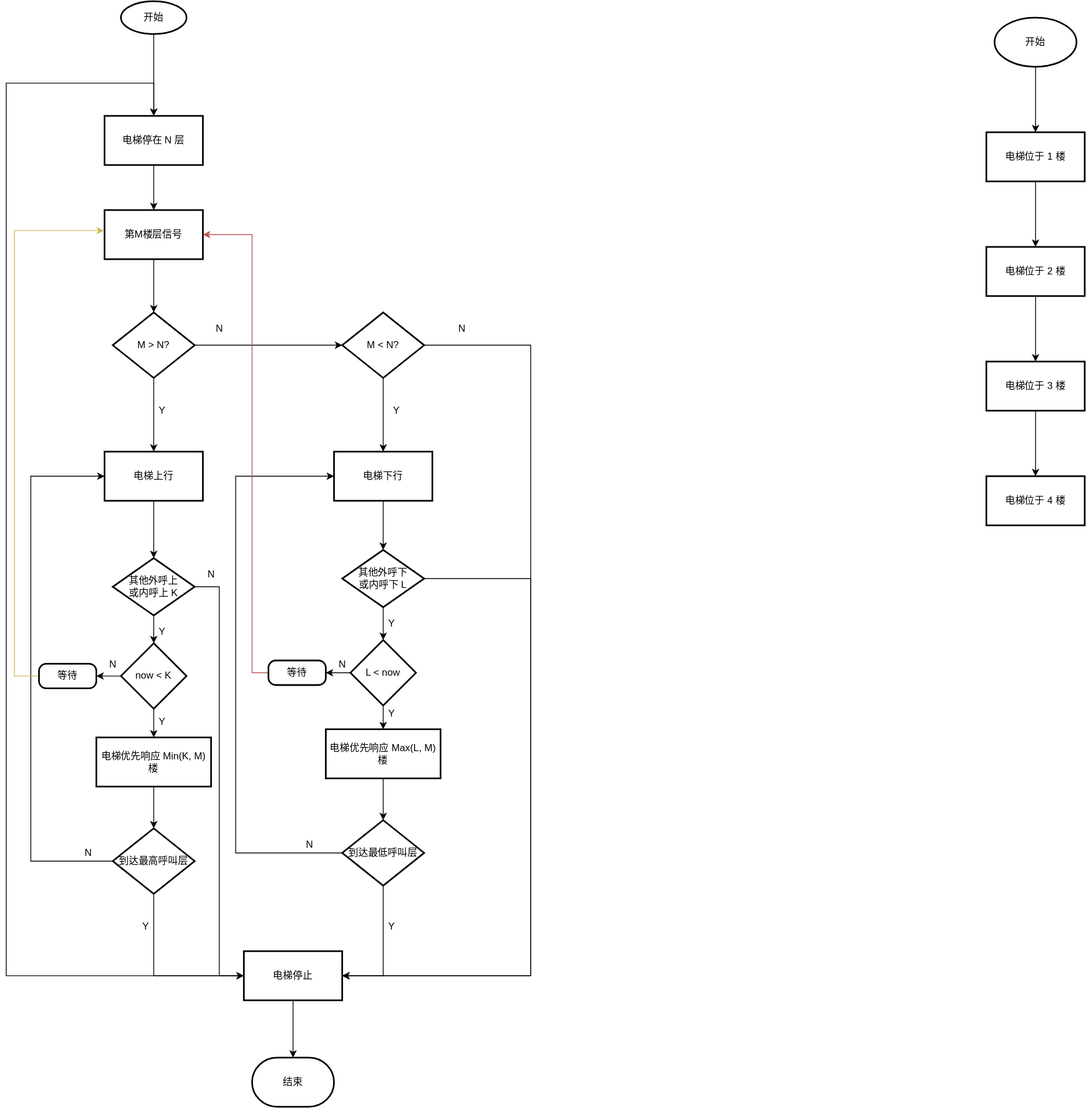
This is Draw.io/PLC控制四层电梯程序流程图.drawio.svg from InoryLwc/ConfigRepo, a draw.io export, as it was before one commit. Source tidied: cells renumbered, new cells last; positions are measured from the earlier drawing's top-left corner, leaving out a move shared by most shapes.
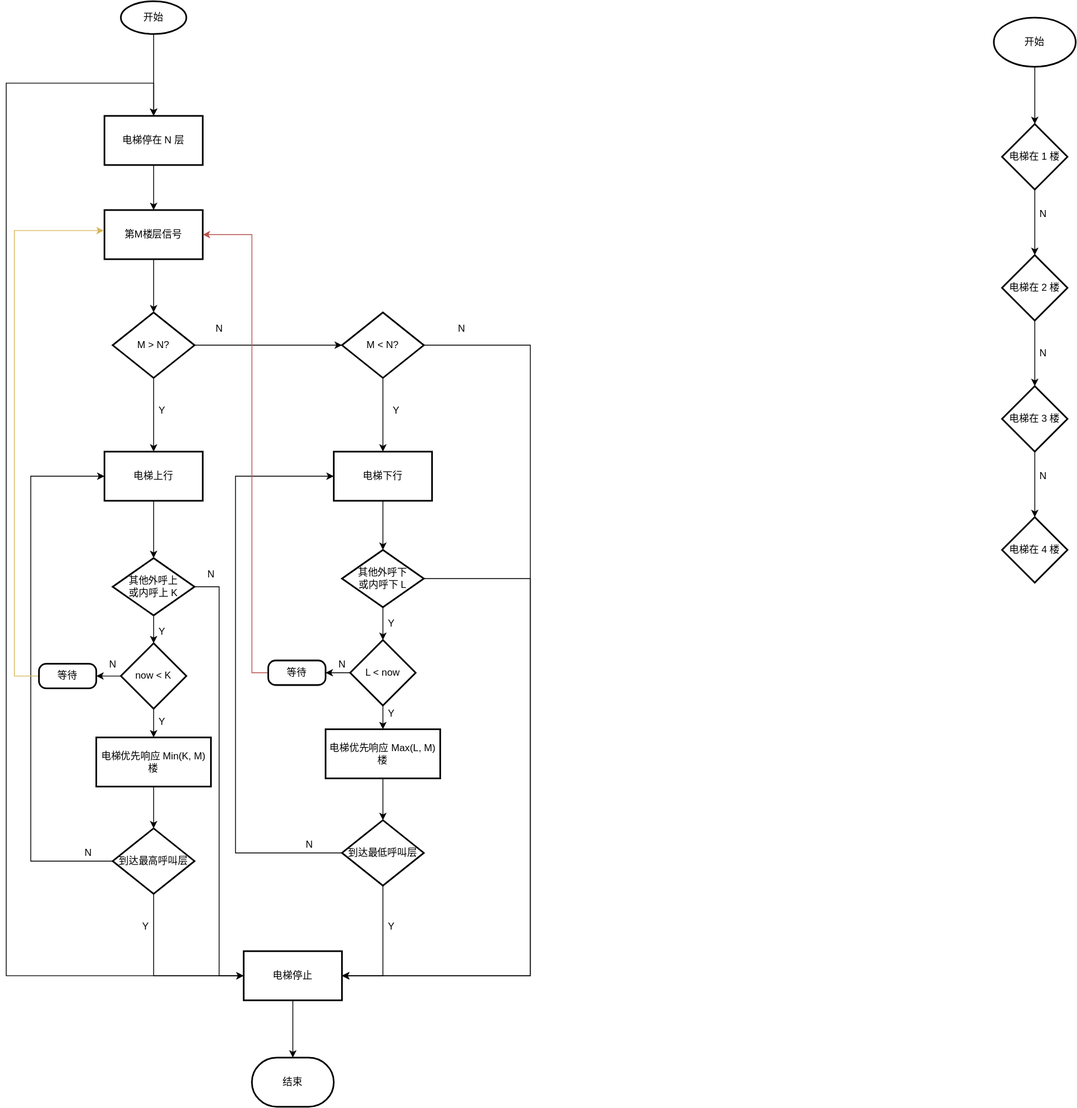
The same file after the commit.

Commit message:
更新PLC控制四层电梯程序流程图.drawio.svg

Diff of the diagram source:
```diff
@@ -230,32 +230,41 @@
     <mxCell id="62" value="N" style="text;html=1;align=center;verticalAlign=middle;strokeColor=none;fillColor=none;" parent="1" vertex="1">
       <mxGeometry x="400" y="800" width="20" height="20" as="geometry" />
     </mxCell>
-    <mxCell id="63" style="edgeStyle=orthogonalEdgeStyle;rounded=0;jettySize=auto;html=1;" parent="1" edge="1" source="64" target="66">
-      <mxGeometry relative="1" as="geometry" />
-    </mxCell>
+    <mxCell id="72" style="edgeStyle=orthogonalEdgeStyle;rounded=0;jettySize=auto;html=1;" parent="1" edge="1" source="64" target="74">
+      <mxGeometry relative="1" as="geometry" />
+    </mxCell>
     <mxCell id="64" value="开始" style="strokeWidth=2;html=1;shape=mxgraph.flowchart.start_1;whiteSpace=wrap;" parent="1" vertex="1">
       <mxGeometry x="1206" y="20" width="100" height="60" as="geometry" />
     </mxCell>
-    <mxCell id="65" style="edgeStyle=orthogonalEdgeStyle;rounded=0;jettySize=auto;html=1;" parent="1" edge="1" source="66" target="68">
-      <mxGeometry relative="1" as="geometry" />
-    </mxCell>
-    <mxCell id="66" value="电梯位于 1 楼" style="whiteSpace=wrap;html=1;strokeWidth=2;" parent="1" vertex="1">
-      <mxGeometry x="1196" y="160" width="120" height="60" as="geometry" />
-    </mxCell>
-    <mxCell id="67" style="edgeStyle=orthogonalEdgeStyle;rounded=0;jettySize=auto;html=1;" parent="1" edge="1" source="68" target="70">
-      <mxGeometry relative="1" as="geometry" />
-    </mxCell>
-    <mxCell id="68" value="电梯位于 2 楼" style="whiteSpace=wrap;html=1;strokeWidth=2;" parent="1" vertex="1">
-      <mxGeometry x="1196" y="300" width="120" height="60" as="geometry" />
-    </mxCell>
-    <mxCell id="69" style="edgeStyle=orthogonalEdgeStyle;rounded=0;jettySize=auto;html=1;" parent="1" edge="1" source="70" target="71">
-      <mxGeometry relative="1" as="geometry" />
-    </mxCell>
-    <mxCell id="70" value="电梯位于 3 楼" style="whiteSpace=wrap;html=1;strokeWidth=2;" parent="1" vertex="1">
-      <mxGeometry x="1196" y="440" width="120" height="60" as="geometry" />
-    </mxCell>
-    <mxCell id="71" value="电梯位于 4 楼" style="whiteSpace=wrap;html=1;strokeWidth=2;" parent="1" vertex="1">
-      <mxGeometry x="1196" y="580" width="120" height="60" as="geometry" />
-    </mxCell>
+    <mxCell id="73" style="edgeStyle=orthogonalEdgeStyle;rounded=0;jettySize=auto;html=1;" parent="1" edge="1" source="74" target="76">
+      <mxGeometry relative="1" as="geometry" />
+    </mxCell>
+    <mxCell id="74" value="&lt;span&gt;电梯在 1 楼&lt;/span&gt;" style="rhombus;whiteSpace=wrap;html=1;strokeWidth=2;" parent="1" vertex="1">
+      <mxGeometry x="1216" y="150" width="80" height="80" as="geometry" />
+    </mxCell>
+    <mxCell id="75" style="edgeStyle=orthogonalEdgeStyle;rounded=0;jettySize=auto;html=1;" parent="1" edge="1" source="76" target="78">
+      <mxGeometry relative="1" as="geometry" />
+    </mxCell>
+    <mxCell id="76" value="&lt;span&gt;电梯在 2 楼&lt;/span&gt;" style="rhombus;whiteSpace=wrap;html=1;strokeWidth=2;" parent="1" vertex="1">
+      <mxGeometry x="1216" y="310" width="80" height="80" as="geometry" />
+    </mxCell>
+    <mxCell id="77" style="edgeStyle=orthogonalEdgeStyle;rounded=0;jettySize=auto;html=1;" parent="1" edge="1" source="78" target="82">
+      <mxGeometry relative="1" as="geometry" />
+    </mxCell>
+    <mxCell id="78" value="&lt;span&gt;电梯在 3 楼&lt;/span&gt;" style="rhombus;whiteSpace=wrap;html=1;strokeWidth=2;" parent="1" vertex="1">
+      <mxGeometry x="1216" y="470" width="80" height="80" as="geometry" />
+    </mxCell>
+    <mxCell id="79" value="N" style="text;html=1;align=center;verticalAlign=middle;strokeColor=none;fillColor=none;" parent="1" vertex="1">
+      <mxGeometry x="1256" y="250" width="20" height="20" as="geometry" />
+    </mxCell>
+    <mxCell id="80" value="N" style="text;html=1;align=center;verticalAlign=middle;strokeColor=none;fillColor=none;" parent="1" vertex="1">
+      <mxGeometry x="1256" y="420" width="20" height="20" as="geometry" />
+    </mxCell>
+    <mxCell id="81" value="N" style="text;html=1;align=center;verticalAlign=middle;strokeColor=none;fillColor=none;" parent="1" vertex="1">
+      <mxGeometry x="1256" y="570" width="20" height="20" as="geometry" />
+    </mxCell>
+    <mxCell id="82" value="&lt;span&gt;电梯在 4 楼&lt;/span&gt;" style="rhombus;whiteSpace=wrap;html=1;strokeWidth=2;" parent="1" vertex="1">
+      <mxGeometry x="1216" y="630" width="80" height="80" as="geometry" />
+    </mxCell>
   </root>
 </mxGraphModel>
```
